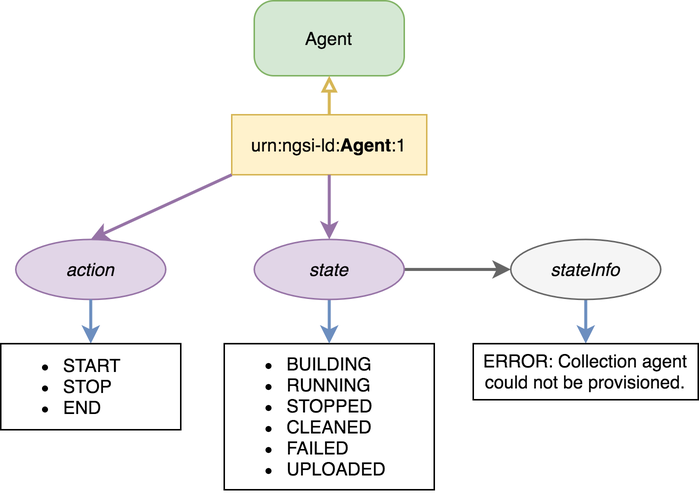
Before: docs/sda-orchestration/img/agent-model-Agent-entity.png, a diagram exported from draw.io (giros-dit/semantic-data-aggregator). Source tidied: cells renumbered, new cells last; positions are measured from the earlier drawing's top-left corner, leaving out a move shared by most shapes. Its diagram source:
```xml
<mxGraphModel>
  <root>
    <mxCell id="0" />
    <mxCell id="1" parent="0" />
    <mxCell id="2" value="Agent" style="rounded=1;arcSize=26;whiteSpace=wrap;html=1;align=center;fillColor=#d5e8d4;strokeColor=#82b366;" parent="1" vertex="1">
      <mxGeometry x="169" width="100" height="50" as="geometry" />
    </mxCell>
    <mxCell id="3" style="rounded=1;jettySize=auto;html=1;exitX=1;exitY=0.5;exitDx=0;exitDy=0;strokeWidth=2;fillColor=#e1d5e7;entryX=0;entryY=0.5;entryDx=0;entryDy=0;strokeColor=#666666;" parent="1" edge="1" source="13" target="15">
      <mxGeometry relative="1" as="geometry" />
    </mxCell>
    <mxCell id="4" value="urn:ngsi-ld:&lt;b&gt;Agent&lt;/b&gt;:1" style="whiteSpace=wrap;html=1;align=center;fillColor=#fff2cc;strokeColor=#d6b656;" parent="1" vertex="1">
      <mxGeometry x="154" y="76" width="130" height="40" as="geometry" />
    </mxCell>
    <mxCell id="5" style="endArrow=block;html=1;fillColor=#fff2cc;strokeColor=#d6b656;exitX=0.5;exitY=0;exitDx=0;exitDy=0;entryX=0.5;entryY=1;entryDx=0;entryDy=0;endFill=0;strokeWidth=2;" parent="1" edge="1" source="4" target="2">
      <mxGeometry relative="1" as="geometry" />
    </mxCell>
    <mxCell id="6" value="action" style="ellipse;whiteSpace=wrap;html=1;align=center;fillColor=#e1d5e7;strokeColor=#9673a6;fontStyle=2;" parent="1" vertex="1">
      <mxGeometry x="10" y="159.1" width="100" height="40" as="geometry" />
    </mxCell>
    <mxCell id="7" style="endArrow=classic;html=1;fillColor=#e1d5e7;strokeColor=#9673a6;strokeWidth=2;exitX=0.5;exitY=1;exitDx=0;exitDy=0;entryX=0.5;entryY=0;entryDx=0;entryDy=0;" parent="1" edge="1" source="4" target="13">
      <mxGeometry relative="1" as="geometry" />
    </mxCell>
    <mxCell id="8" style="endArrow=classic;html=1;fillColor=#e1d5e7;strokeColor=#9673a6;strokeWidth=2;exitX=0;exitY=1;exitDx=0;exitDy=0;entryX=0.5;entryY=0;entryDx=0;entryDy=0;" parent="1" edge="1" source="4" target="6">
      <mxGeometry relative="1" as="geometry" />
    </mxCell>
    <mxCell id="9" style="endArrow=classic;html=1;fillColor=#dae8fc;strokeColor=#6c8ebf;entryX=0.5;entryY=0;entryDx=0;entryDy=0;strokeWidth=2;exitX=0.5;exitY=1;exitDx=0;exitDy=0;" parent="1" edge="1" source="6" target="10">
      <mxGeometry relative="1" as="geometry" />
    </mxCell>
    <mxCell id="10" value="&lt;ul&gt;&lt;li&gt;START&lt;/li&gt;&lt;li&gt;STOP&lt;/li&gt;&lt;li&gt;END&lt;/li&gt;&lt;/ul&gt;" style="whiteSpace=wrap;html=1;align=left;" parent="1" vertex="1">
      <mxGeometry y="228.6" width="120" height="57.4" as="geometry" />
    </mxCell>
    <mxCell id="11" value="&lt;ul&gt;&lt;li&gt;&lt;span&gt;BUILDING&lt;/span&gt;&lt;/li&gt;&lt;li&gt;RUNNING&lt;/li&gt;&lt;li&gt;STOPPED&lt;/li&gt;&lt;li&gt;CLEANED&lt;/li&gt;&lt;li&gt;FAILED&lt;/li&gt;&lt;li&gt;UPLOADED&lt;/li&gt;&lt;/ul&gt;" style="whiteSpace=wrap;html=1;align=left;" parent="1" vertex="1">
      <mxGeometry x="149" y="228.6" width="140" height="97.4" as="geometry" />
    </mxCell>
    <mxCell id="12" style="edgeStyle=orthogonalEdgeStyle;rounded=1;jettySize=auto;html=1;strokeColor=#6c8ebf;strokeWidth=2;fillColor=#dae8fc;" parent="1" edge="1" source="13" target="11">
      <mxGeometry relative="1" as="geometry" />
    </mxCell>
    <mxCell id="13" value="state" style="ellipse;whiteSpace=wrap;html=1;align=center;fillColor=#e1d5e7;strokeColor=#9673a6;fontStyle=2;" parent="1" vertex="1">
      <mxGeometry x="169" y="159.1" width="100" height="40" as="geometry" />
    </mxCell>
    <mxCell id="14" style="rounded=1;jettySize=auto;html=1;exitX=0.5;exitY=1;exitDx=0;exitDy=0;entryX=0.5;entryY=0;entryDx=0;entryDy=0;strokeColor=#6c8ebf;strokeWidth=2;fillColor=#dae8fc;" parent="1" edge="1" source="15" target="16">
      <mxGeometry relative="1" as="geometry" />
    </mxCell>
    <mxCell id="15" value="stateInfo" style="ellipse;whiteSpace=wrap;html=1;align=center;fontStyle=2;fillColor=#F5F5F5;strokeColor=#666666;" parent="1" vertex="1">
      <mxGeometry x="340" y="159.1" width="100" height="40" as="geometry" />
    </mxCell>
    <mxCell id="16" value="&lt;div&gt;ERROR: Collection agent could not be provisioned.&lt;/div&gt;" style="whiteSpace=wrap;html=1;align=center;" parent="1" vertex="1">
      <mxGeometry x="315" y="228.6" width="150" height="37.4" as="geometry" />
    </mxCell>
  </root>
</mxGraphModel>
```
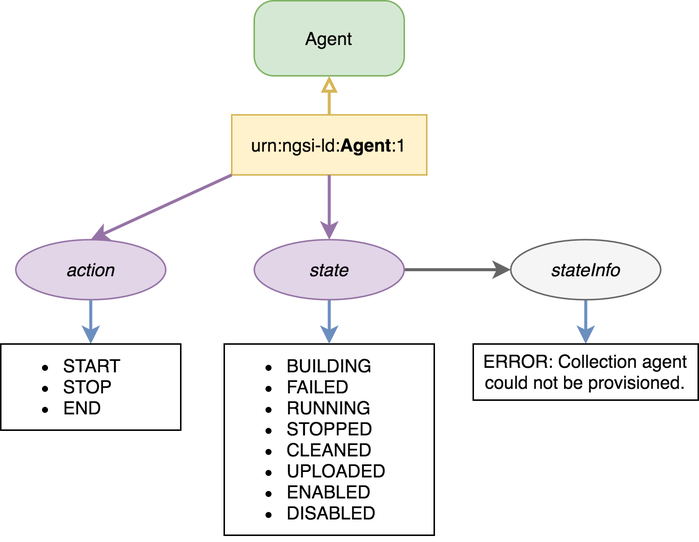
The same diagram one commit later.

Change to the diagram source:
```diff
@@ -29,8 +29,8 @@
     <mxCell id="10" value="&lt;ul&gt;&lt;li&gt;START&lt;/li&gt;&lt;li&gt;STOP&lt;/li&gt;&lt;li&gt;END&lt;/li&gt;&lt;/ul&gt;" style="whiteSpace=wrap;html=1;align=left;" parent="1" vertex="1">
       <mxGeometry y="228.6" width="120" height="57.4" as="geometry" />
     </mxCell>
-    <mxCell id="11" value="&lt;ul&gt;&lt;li&gt;&lt;span&gt;BUILDING&lt;/span&gt;&lt;/li&gt;&lt;li&gt;RUNNING&lt;/li&gt;&lt;li&gt;STOPPED&lt;/li&gt;&lt;li&gt;CLEANED&lt;/li&gt;&lt;li&gt;FAILED&lt;/li&gt;&lt;li&gt;UPLOADED&lt;/li&gt;&lt;/ul&gt;" style="whiteSpace=wrap;html=1;align=left;" parent="1" vertex="1">
-      <mxGeometry x="149" y="228.6" width="140" height="97.4" as="geometry" />
+    <mxCell id="11" value="&lt;ul&gt;&lt;li&gt;&lt;span&gt;BUILDING&lt;/span&gt;&lt;/li&gt;&lt;li&gt;&lt;span&gt;FAILED&lt;/span&gt;&lt;/li&gt;&lt;li&gt;RUNNING&lt;/li&gt;&lt;li&gt;STOPPED&lt;/li&gt;&lt;li&gt;CLEANED&lt;/li&gt;&lt;li&gt;UPLOADED&lt;/li&gt;&lt;li&gt;ENABLED&lt;/li&gt;&lt;li&gt;DISABLED&lt;/li&gt;&lt;/ul&gt;" style="whiteSpace=wrap;html=1;align=left;" parent="1" vertex="1">
+      <mxGeometry x="149" y="228.6" width="140" height="127.4" as="geometry" />
     </mxCell>
     <mxCell id="12" style="edgeStyle=orthogonalEdgeStyle;rounded=1;jettySize=auto;html=1;strokeColor=#6c8ebf;strokeWidth=2;fillColor=#dae8fc;" parent="1" edge="1" source="13" target="11">
       <mxGeometry relative="1" as="geometry" />
```
